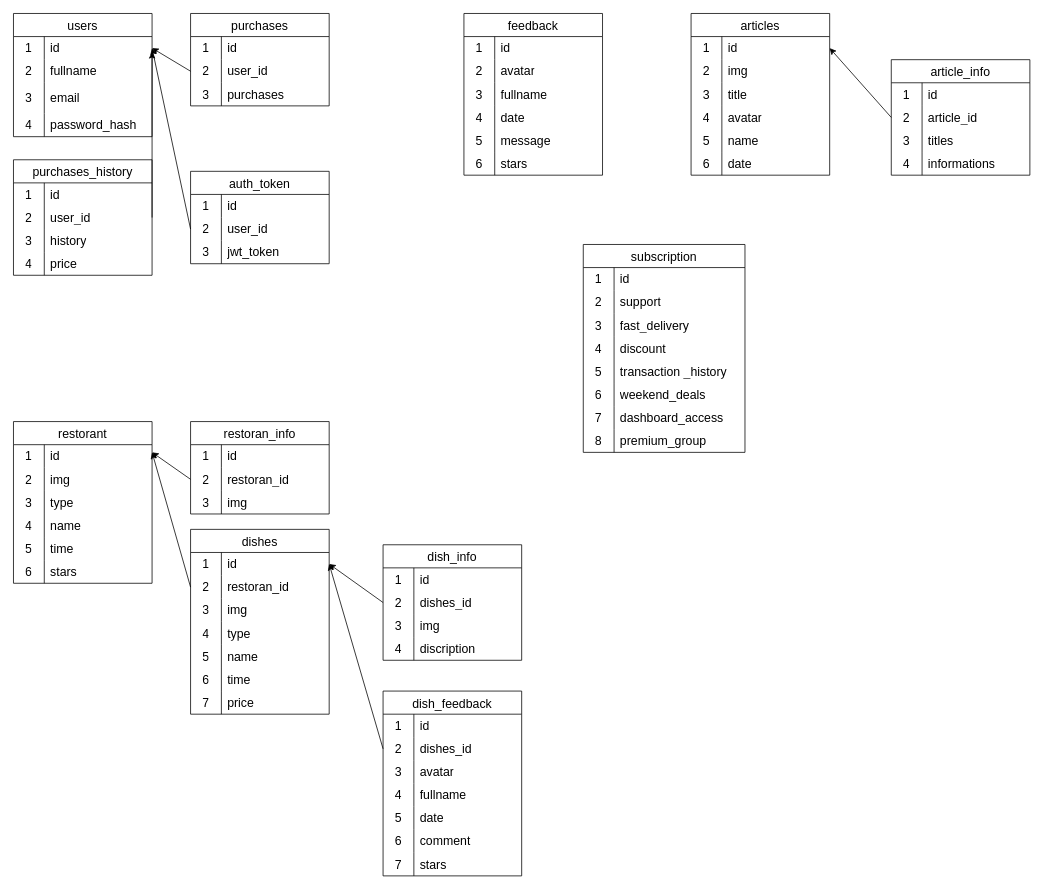
Before: api/src/database/.drawio in BlackDarkes/Eatly, a draw.io diagram. Source tidied: cells renumbered, new cells numbered last; positions are measured from the earlier drawing's top-left corner, leaving out a move shared by most shapes. Both pictures are drawn from the tidied source at 77%, with x=0, y=0 at pixel (13, 13).
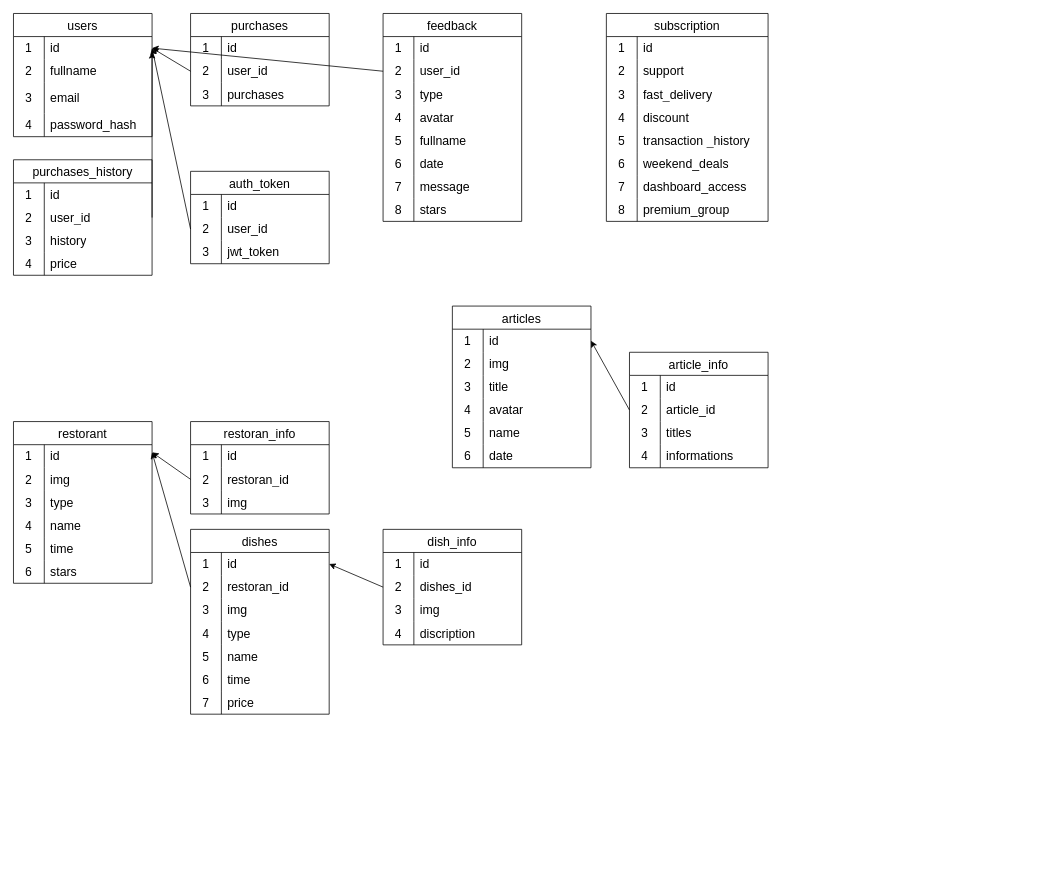
Above is the later version.

Unchanged cells that the change refers to:
```xml
<mxCell id="3" style="shape=tableRow;horizontal=0;startSize=0;swimlaneHead=0;swimlaneBody=0;top=0;left=0;bottom=0;right=0;fillColor=none;points=[[0,0.5],[1,0.5]];portConstraint=eastwest;strokeColor=inherit;fontSize=16;" parent="2" vertex="1">
  <mxGeometry y="30" width="180" height="30" as="geometry" />
</mxCell>
<mxCell id="57" style="shape=tableRow;horizontal=0;startSize=0;swimlaneHead=0;swimlaneBody=0;top=0;left=0;bottom=0;right=0;fillColor=none;points=[[0,0.5],[1,0.5]];portConstraint=eastwest;strokeColor=inherit;fontSize=16;" parent="56" vertex="1">
  <mxGeometry y="30" width="180" height="30" as="geometry" />
</mxCell>
```

Change to the diagram source:
```diff
@@
-    <mxCell id="90" value="dish_feedback" style="shape=table;startSize=30;childLayout=tableLayout;rowLines=0;fontStyle=0;strokeColor=default;fontSize=16;" parent="1" vertex="1">
-      <mxGeometry x="480" y="880" width="180" height="240" as="geometry" />
-    </mxCell>
-    <mxCell id="91" style="shape=tableRow;horizontal=0;startSize=0;swimlaneHead=0;swimlaneBody=0;top=0;left=0;bottom=0;right=0;fillColor=none;strokeColor=inherit;fontSize=16;" parent="90" vertex="1">
-      <mxGeometry y="30" width="180" height="30" as="geometry" />
-    </mxCell>
-    <mxCell id="92" value="1" style="shape=partialRectangle;html=1;whiteSpace=wrap;fillColor=none;top=0;left=0;bottom=0;right=0;overflow=hidden;strokeColor=inherit;fontSize=16;" parent="91" vertex="1">
-      <mxGeometry width="40" height="30" as="geometry" />
-    </mxCell>
-    <mxCell id="93" value="id" style="shape=partialRectangle;html=1;whiteSpace=wrap;fillColor=none;top=0;left=0;bottom=0;right=0;align=left;spacingLeft=6;overflow=hidden;strokeColor=inherit;fontSize=16;" parent="91" vertex="1">
-      <mxGeometry x="40" width="140" height="30" as="geometry" />
-    </mxCell>
-    <mxCell id="94" style="shape=tableRow;horizontal=0;startSize=0;swimlaneHead=0;swimlaneBody=0;top=0;left=0;bottom=0;right=0;fillColor=none;points=[[0,0.5],[1,0.5]];portConstraint=eastwest;strokeColor=inherit;fontSize=16;" parent="90" vertex="1">
-      <mxGeometry y="60" width="180" height="30" as="geometry" />
-    </mxCell>
-    <mxCell id="95" value="2" style="shape=partialRectangle;html=1;whiteSpace=wrap;fillColor=none;top=0;left=0;bottom=0;right=0;overflow=hidden;strokeColor=inherit;fontSize=16;" parent="94" vertex="1">
-      <mxGeometry width="40" height="30" as="geometry" />
-    </mxCell>
-    <mxCell id="96" value="dishes_id" style="shape=partialRectangle;html=1;whiteSpace=wrap;fillColor=none;top=0;left=0;bottom=0;right=0;align=left;spacingLeft=6;overflow=hidden;strokeColor=inherit;fontSize=16;" parent="94" vertex="1">
-      <mxGeometry x="40" width="140" height="30" as="geometry" />
-    </mxCell>
-    <mxCell id="97" style="shape=tableRow;horizontal=0;startSize=0;swimlaneHead=0;swimlaneBody=0;top=0;left=0;bottom=0;right=0;fillColor=none;strokeColor=inherit;fontSize=16;" parent="90" vertex="1">
-      <mxGeometry y="90" width="180" height="30" as="geometry" />
-    </mxCell>
-    <mxCell id="98" value="3" style="shape=partialRectangle;html=1;whiteSpace=wrap;fillColor=none;top=0;left=0;bottom=0;right=0;overflow=hidden;strokeColor=inherit;fontSize=16;" parent="97" vertex="1">
-      <mxGeometry width="40" height="30" as="geometry" />
-    </mxCell>
-    <mxCell id="99" value="avatar" style="shape=partialRectangle;html=1;whiteSpace=wrap;fillColor=none;top=0;left=0;bottom=0;right=0;align=left;spacingLeft=6;overflow=hidden;strokeColor=inherit;fontSize=16;" parent="97" vertex="1">
-      <mxGeometry x="40" width="140" height="30" as="geometry" />
-    </mxCell>
-    <mxCell id="100" style="shape=tableRow;horizontal=0;startSize=0;swimlaneHead=0;swimlaneBody=0;top=0;left=0;bottom=0;right=0;fillColor=none;strokeColor=inherit;fontSize=16;" parent="90" vertex="1">
-      <mxGeometry y="120" width="180" height="30" as="geometry" />
-    </mxCell>
-    <mxCell id="101" value="4" style="shape=partialRectangle;html=1;whiteSpace=wrap;fillColor=none;top=0;left=0;bottom=0;right=0;overflow=hidden;strokeColor=inherit;fontSize=16;" parent="100" vertex="1">
-      <mxGeometry width="40" height="30" as="geometry" />
-    </mxCell>
-    <mxCell id="102" value="fullname" style="shape=partialRectangle;html=1;whiteSpace=wrap;fillColor=none;top=0;left=0;bottom=0;right=0;align=left;spacingLeft=6;overflow=hidden;strokeColor=inherit;fontSize=16;" parent="100" vertex="1">
-      <mxGeometry x="40" width="140" height="30" as="geometry" />
-    </mxCell>
-    <mxCell id="103" style="shape=tableRow;horizontal=0;startSize=0;swimlaneHead=0;swimlaneBody=0;top=0;left=0;bottom=0;right=0;fillColor=none;strokeColor=inherit;fontSize=16;" parent="90" vertex="1">
-      <mxGeometry y="150" width="180" height="30" as="geometry" />
-    </mxCell>
-    <mxCell id="104" value="5" style="shape=partialRectangle;html=1;whiteSpace=wrap;fillColor=none;top=0;left=0;bottom=0;right=0;overflow=hidden;strokeColor=inherit;fontSize=16;" parent="103" vertex="1">
-      <mxGeometry width="40" height="30" as="geometry" />
-    </mxCell>
-    <mxCell id="105" value="date" style="shape=partialRectangle;html=1;whiteSpace=wrap;fillColor=none;top=0;left=0;bottom=0;right=0;align=left;spacingLeft=6;overflow=hidden;strokeColor=inherit;fontSize=16;" parent="103" vertex="1">
-      <mxGeometry x="40" width="140" height="30" as="geometry" />
-    </mxCell>
-    <mxCell id="106" style="shape=tableRow;horizontal=0;startSize=0;swimlaneHead=0;swimlaneBody=0;top=0;left=0;bottom=0;right=0;fillColor=none;strokeColor=inherit;fontSize=16;" parent="90" vertex="1">
-      <mxGeometry y="180" width="180" height="30" as="geometry" />
-    </mxCell>
-    <mxCell id="107" value="6" style="shape=partialRectangle;html=1;whiteSpace=wrap;fillColor=none;top=0;left=0;bottom=0;right=0;overflow=hidden;strokeColor=inherit;fontSize=16;" parent="106" vertex="1">
-      <mxGeometry width="40" height="30" as="geometry" />
-    </mxCell>
-    <mxCell id="108" value="comment" style="shape=partialRectangle;html=1;whiteSpace=wrap;fillColor=none;top=0;left=0;bottom=0;right=0;align=left;spacingLeft=6;overflow=hidden;strokeColor=inherit;fontSize=16;" parent="106" vertex="1">
-      <mxGeometry x="40" width="140" height="30" as="geometry" />
-    </mxCell>
-    <mxCell id="109" style="shape=tableRow;horizontal=0;startSize=0;swimlaneHead=0;swimlaneBody=0;top=0;left=0;bottom=0;right=0;fillColor=none;strokeColor=inherit;fontSize=16;" parent="90" vertex="1">
-      <mxGeometry y="210" width="180" height="30" as="geometry" />
-    </mxCell>
-    <mxCell id="110" value="7" style="shape=partialRectangle;html=1;whiteSpace=wrap;fillColor=none;top=0;left=0;bottom=0;right=0;overflow=hidden;strokeColor=inherit;fontSize=16;" parent="109" vertex="1">
-      <mxGeometry width="40" height="30" as="geometry" />
-    </mxCell>
-    <mxCell id="111" value="stars" style="shape=partialRectangle;html=1;whiteSpace=wrap;fillColor=none;top=0;left=0;bottom=0;right=0;align=left;spacingLeft=6;overflow=hidden;strokeColor=inherit;fontSize=16;" parent="109" vertex="1">
-      <mxGeometry x="40" width="140" height="30" as="geometry" />
-    </mxCell>
-    <mxCell id="112" style="edgeStyle=none;html=1;exitX=0;exitY=0.5;exitDx=0;exitDy=0;entryX=1;entryY=0.5;entryDx=0;entryDy=0;" parent="1" edge="1" source="94" target="57">
-      <mxGeometry relative="1" as="geometry" />
-    </mxCell>
     <mxCell id="113" value="dish_info" style="shape=table;startSize=30;childLayout=tableLayout;rowLines=0;fontStyle=0;strokeColor=default;fontSize=16;" parent="1" vertex="1">
-      <mxGeometry x="480" y="690" width="180" height="150" as="geometry" />
+      <mxGeometry x="480" y="670" width="180" height="150" as="geometry" />
     </mxCell>
@@
     <mxCell id="127" value="subscription" style="shape=table;startSize=30;childLayout=tableLayout;rowLines=0;fontStyle=0;strokeColor=default;fontSize=16;" parent="1" vertex="1">
-      <mxGeometry x="740" y="300" width="210" height="270" as="geometry" />
+      <mxGeometry x="770" width="210" height="270" as="geometry" />
     </mxCell>
@@
     <mxCell id="152" value="feedback" style="shape=table;startSize=30;childLayout=tableLayout;rowLines=0;fontStyle=0;strokeColor=default;fontSize=16;" parent="1" vertex="1">
-      <mxGeometry x="585" width="180" height="210" as="geometry" />
+      <mxGeometry x="480" width="180" height="270" as="geometry" />
     </mxCell>
@@
+    <mxCell id="94" style="shape=tableRow;horizontal=0;startSize=0;swimlaneHead=0;swimlaneBody=0;top=0;left=0;bottom=0;right=0;fillColor=none;points=[[0,0.5],[1,0.5]];portConstraint=eastwest;strokeColor=inherit;fontSize=16;" parent="152" vertex="1">
+      <mxGeometry y="60" width="180" height="30" as="geometry" />
+    </mxCell>
+    <mxCell id="95" value="2" style="shape=partialRectangle;html=1;whiteSpace=wrap;fillColor=none;top=0;left=0;bottom=0;right=0;overflow=hidden;strokeColor=inherit;fontSize=16;" parent="94" vertex="1">
+      <mxGeometry width="40" height="30" as="geometry" />
+    </mxCell>
+    <mxCell id="218" value="user_id" style="shape=partialRectangle;html=1;whiteSpace=wrap;fillColor=none;top=0;left=0;bottom=0;right=0;align=left;spacingLeft=6;overflow=hidden;strokeColor=inherit;fontSize=16;" parent="94" vertex="1">
+      <mxGeometry x="40" width="140" height="30" as="geometry" />
+    </mxCell>
+    <mxCell id="97" style="shape=tableRow;horizontal=0;startSize=0;swimlaneHead=0;swimlaneBody=0;top=0;left=0;bottom=0;right=0;fillColor=none;strokeColor=inherit;fontSize=16;" parent="152" vertex="1">
+      <mxGeometry y="90" width="180" height="30" as="geometry" />
+    </mxCell>
+    <mxCell id="98" value="3" style="shape=partialRectangle;html=1;whiteSpace=wrap;fillColor=none;top=0;left=0;bottom=0;right=0;overflow=hidden;strokeColor=inherit;fontSize=16;" parent="97" vertex="1">
+      <mxGeometry width="40" height="30" as="geometry" />
+    </mxCell>
+    <mxCell id="219" value="type" style="shape=partialRectangle;html=1;whiteSpace=wrap;fillColor=none;top=0;left=0;bottom=0;right=0;align=left;spacingLeft=6;overflow=hidden;strokeColor=inherit;fontSize=16;" parent="97" vertex="1">
+      <mxGeometry x="40" width="140" height="30" as="geometry" />
+    </mxCell>
     <mxCell id="156" style="shape=tableRow;horizontal=0;startSize=0;swimlaneHead=0;swimlaneBody=0;top=0;left=0;bottom=0;right=0;fillColor=none;strokeColor=inherit;fontSize=16;" parent="152" vertex="1">
-      <mxGeometry y="60" width="180" height="30" as="geometry" />
+      <mxGeometry y="120" width="180" height="30" as="geometry" />
     </mxCell>
-    <mxCell id="157" value="2" style="shape=partialRectangle;html=1;whiteSpace=wrap;fillColor=none;top=0;left=0;bottom=0;right=0;overflow=hidden;strokeColor=inherit;fontSize=16;" parent="156" vertex="1">
+    <mxCell id="157" value="4" style="shape=partialRectangle;html=1;whiteSpace=wrap;fillColor=none;top=0;left=0;bottom=0;right=0;overflow=hidden;strokeColor=inherit;fontSize=16;" parent="156" vertex="1">
       <mxGeometry width="40" height="30" as="geometry" />
     </mxCell>
@@
     <mxCell id="159" style="shape=tableRow;horizontal=0;startSize=0;swimlaneHead=0;swimlaneBody=0;top=0;left=0;bottom=0;right=0;fillColor=none;strokeColor=inherit;fontSize=16;" parent="152" vertex="1">
-      <mxGeometry y="90" width="180" height="30" as="geometry" />
+      <mxGeometry y="150" width="180" height="30" as="geometry" />
     </mxCell>
-    <mxCell id="160" value="3" style="shape=partialRectangle;html=1;whiteSpace=wrap;fillColor=none;top=0;left=0;bottom=0;right=0;overflow=hidden;strokeColor=inherit;fontSize=16;" parent="159" vertex="1">
+    <mxCell id="160" value="5" style="shape=partialRectangle;html=1;whiteSpace=wrap;fillColor=none;top=0;left=0;bottom=0;right=0;overflow=hidden;strokeColor=inherit;fontSize=16;" parent="159" vertex="1">
       <mxGeometry width="40" height="30" as="geometry" />
     </mxCell>
@@
     <mxCell id="162" style="shape=tableRow;horizontal=0;startSize=0;swimlaneHead=0;swimlaneBody=0;top=0;left=0;bottom=0;right=0;fillColor=none;strokeColor=inherit;fontSize=16;" parent="152" vertex="1">
-      <mxGeometry y="120" width="180" height="30" as="geometry" />
+      <mxGeometry y="180" width="180" height="30" as="geometry" />
     </mxCell>
-    <mxCell id="163" value="4" style="shape=partialRectangle;html=1;whiteSpace=wrap;fillColor=none;top=0;left=0;bottom=0;right=0;overflow=hidden;strokeColor=inherit;fontSize=16;" parent="162" vertex="1">
+    <mxCell id="163" value="6" style="shape=partialRectangle;html=1;whiteSpace=wrap;fillColor=none;top=0;left=0;bottom=0;right=0;overflow=hidden;strokeColor=inherit;fontSize=16;" parent="162" vertex="1">
       <mxGeometry width="40" height="30" as="geometry" />
     </mxCell>
@@
     <mxCell id="165" style="shape=tableRow;horizontal=0;startSize=0;swimlaneHead=0;swimlaneBody=0;top=0;left=0;bottom=0;right=0;fillColor=none;strokeColor=inherit;fontSize=16;" parent="152" vertex="1">
-      <mxGeometry y="150" width="180" height="30" as="geometry" />
+      <mxGeometry y="210" width="180" height="30" as="geometry" />
     </mxCell>
-    <mxCell id="166" value="5" style="shape=partialRectangle;html=1;whiteSpace=wrap;fillColor=none;top=0;left=0;bottom=0;right=0;overflow=hidden;strokeColor=inherit;fontSize=16;" parent="165" vertex="1">
+    <mxCell id="166" value="7" style="shape=partialRectangle;html=1;whiteSpace=wrap;fillColor=none;top=0;left=0;bottom=0;right=0;overflow=hidden;strokeColor=inherit;fontSize=16;" parent="165" vertex="1">
       <mxGeometry width="40" height="30" as="geometry" />
     </mxCell>
@@
     <mxCell id="168" style="shape=tableRow;horizontal=0;startSize=0;swimlaneHead=0;swimlaneBody=0;top=0;left=0;bottom=0;right=0;fillColor=none;strokeColor=inherit;fontSize=16;" parent="152" vertex="1">
-      <mxGeometry y="180" width="180" height="30" as="geometry" />
+      <mxGeometry y="240" width="180" height="30" as="geometry" />
     </mxCell>
-    <mxCell id="169" value="6" style="shape=partialRectangle;html=1;whiteSpace=wrap;fillColor=none;top=0;left=0;bottom=0;right=0;overflow=hidden;strokeColor=inherit;fontSize=16;" parent="168" vertex="1">
+    <mxCell id="169" value="8" style="shape=partialRectangle;html=1;whiteSpace=wrap;fillColor=none;top=0;left=0;bottom=0;right=0;overflow=hidden;strokeColor=inherit;fontSize=16;" parent="168" vertex="1">
       <mxGeometry width="40" height="30" as="geometry" />
     </mxCell>
@@
     <mxCell id="185" value="articles" style="shape=table;startSize=30;childLayout=tableLayout;rowLines=0;fontStyle=0;strokeColor=default;fontSize=16;" parent="1" vertex="1">
-      <mxGeometry x="880" width="180" height="210" as="geometry" />
+      <mxGeometry x="570" y="380" width="180" height="210" as="geometry" />
     </mxCell>
@@
     <mxCell id="204" value="article_info" style="shape=table;startSize=30;childLayout=tableLayout;rowLines=0;fontStyle=0;strokeColor=default;fontSize=16;" parent="1" vertex="1">
-      <mxGeometry x="1140" y="60" width="180" height="150" as="geometry" />
+      <mxGeometry x="800" y="440" width="180" height="150" as="geometry" />
     </mxCell>
@@
+    <mxCell id="220" style="edgeStyle=none;html=1;exitX=0;exitY=0.5;exitDx=0;exitDy=0;entryX=1;entryY=0.5;entryDx=0;entryDy=0;" parent="1" edge="1" source="94" target="3">
+      <mxGeometry relative="1" as="geometry" />
+    </mxCell>
```
